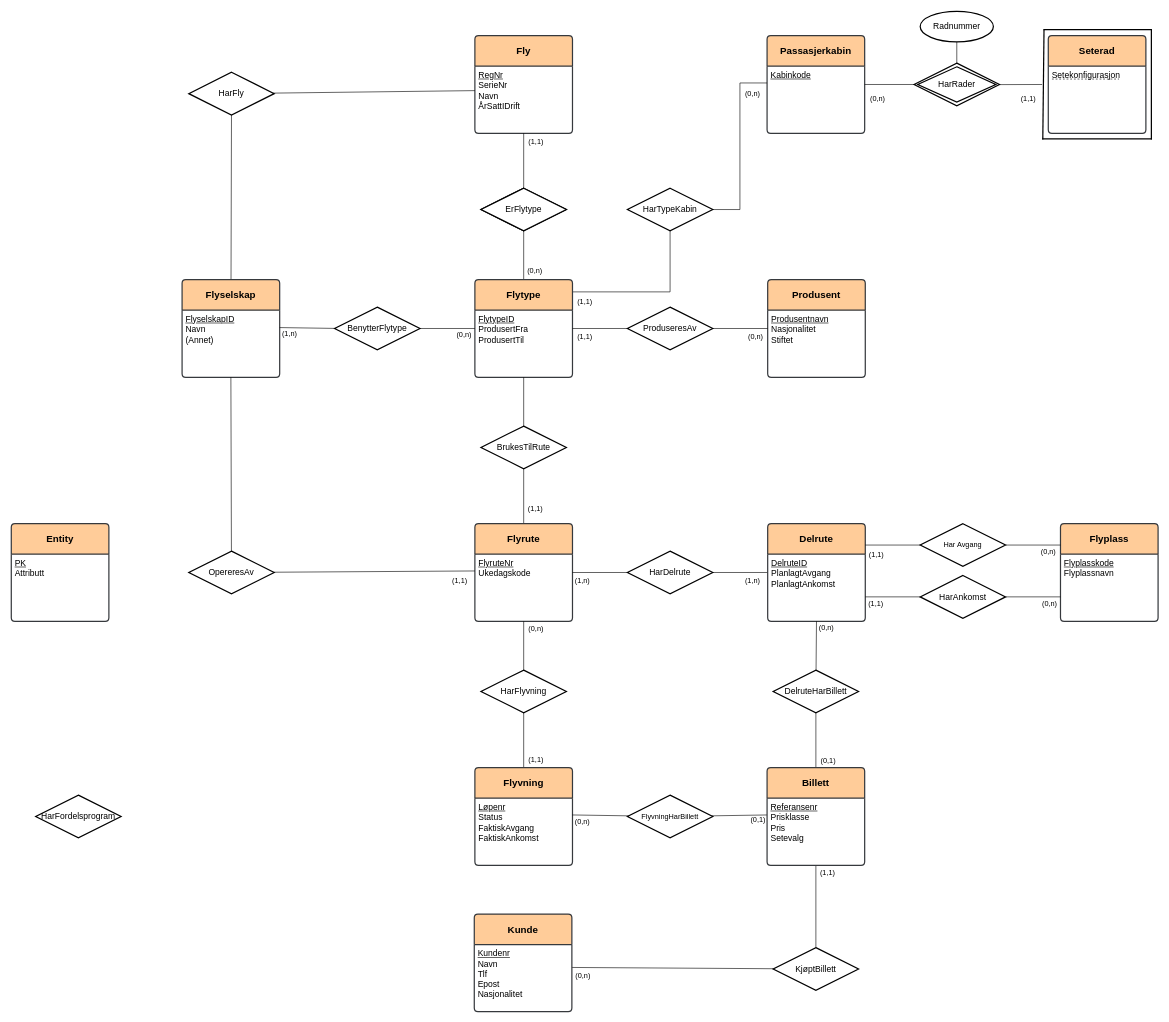
Above: ER-modell_2.drawio in EinarJohannes/TDT4145_project (draw.io), before the change. Source tidied: cells renumbered, new cells numbered last; positions are measured from the earlier drawing's top-left corner, leaving out a move shared by most shapes. Both pictures are drawn from the tidied source at 61%, with x=0, y=0 at pixel (11, 11).
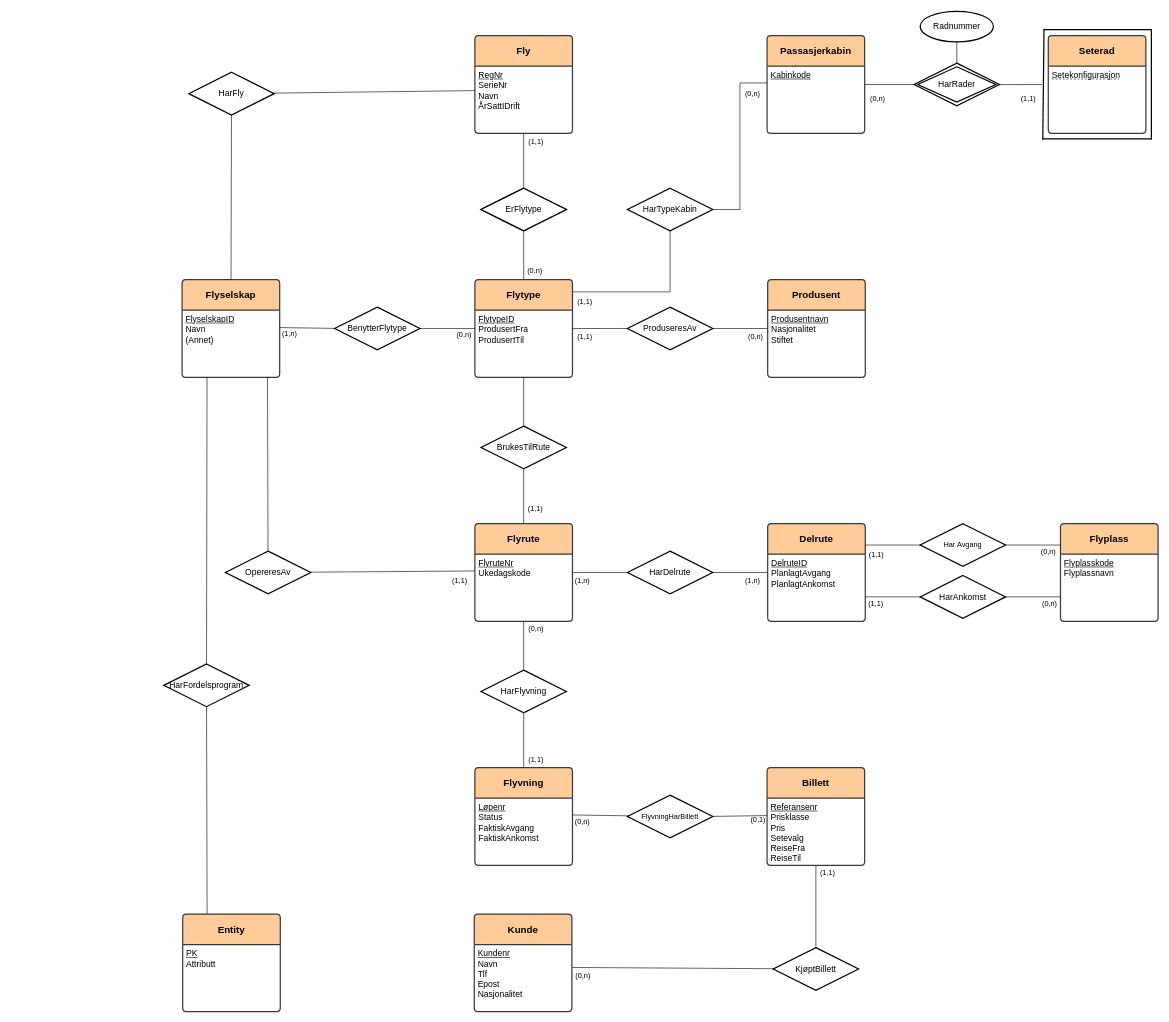
Above is the later version.

Unchanged cells that the change refers to:
```xml
<mxCell id="5" value="&lt;div style=&quot;&quot;&gt;&lt;span style=&quot;font-size: 14px;&quot;&gt;&lt;u&gt;FlyselskapID&lt;/u&gt;&lt;/span&gt;&lt;/div&gt;&lt;div style=&quot;&quot;&gt;&lt;span style=&quot;font-size: 14px;&quot;&gt;Navn&lt;/span&gt;&lt;/div&gt;&lt;div style=&quot;&quot;&gt;&lt;span style=&quot;font-size: 14px;&quot;&gt;(Annet)&lt;/span&gt;&lt;/div&gt;" style="align=left;strokeColor=none;fillColor=none;spacingLeft=4;fontSize=12;verticalAlign=top;html=1;" parent="4" vertex="1">
  <mxGeometry y="50" width="160" height="110" as="geometry" />
</mxCell>
<mxCell id="100" value="FlyvningHarBillett" style="shape=rhombus;perimeter=rhombusPerimeter;whiteSpace=wrap;html=1;align=center;strokeWidth=2;" parent="1" vertex="1">
  <mxGeometry x="1010" y="1285" width="140" height="70" as="geometry" />
</mxCell>
<mxCell id="101" value="&lt;font style=&quot;font-size: 16px;&quot;&gt;&lt;b style=&quot;&quot;&gt;Billett&lt;/b&gt;&lt;/font&gt;" style="swimlane;horizontal=1;startSize=50;rounded=1;fontSize=14;fontStyle=0;strokeWidth=2;shadow=0;dashed=0;align=center;arcSize=4;whiteSpace=wrap;html=1;fillColor=#ffcc99;strokeColor=#36393d;" parent="1" vertex="1">
  <mxGeometry x="1239" y="1240" width="160" height="160" as="geometry" />
</mxCell>
```

Diff of the diagram source:
```diff
@@
-    <mxCell id="41" style="edgeStyle=none;html=1;entryX=0.5;entryY=1;entryDx=0;entryDy=0;endArrow=none;endFill=0;" parent="1" edge="1" source="43" target="5">
-      <mxGeometry relative="1" as="geometry" />
+    <mxCell id="41" style="edgeStyle=none;html=1;entryX=0.5;entryY=1;entryDx=0;entryDy=0;endArrow=none;endFill=0;" parent="1" edge="1" source="43">
+      <mxGeometry relative="1" as="geometry">
+        <mxPoint x="420" y="600" as="targetPoint" />
+      </mxGeometry>
     </mxCell>
@@
     <mxCell id="43" value="&lt;font style=&quot;font-size: 14px;&quot;&gt;OpereresAv&lt;/font&gt;" style="shape=rhombus;perimeter=rhombusPerimeter;whiteSpace=wrap;html=1;align=center;strokeWidth=2;" parent="1" vertex="1">
-      <mxGeometry x="291" y="885" width="140" height="70" as="geometry" />
+      <mxGeometry x="351" y="885" width="140" height="70" as="geometry" />
     </mxCell>
@@
+    <mxCell id="109" style="edgeStyle=none;html=1;entryX=0.25;entryY=0;entryDx=0;entryDy=0;endArrow=none;endFill=0;" parent="1" edge="1" source="68" target="69">
+      <mxGeometry relative="1" as="geometry" />
+    </mxCell>
     <mxCell id="68" value="&lt;font style=&quot;font-size: 14px;&quot;&gt;HarFordelsprogram&lt;/font&gt;" style="shape=rhombus;perimeter=rhombusPerimeter;whiteSpace=wrap;html=1;align=center;strokeWidth=2;" parent="1" vertex="1">
-      <mxGeometry x="40" y="1285" width="140" height="70" as="geometry" />
+      <mxGeometry x="250" y="1070" width="140" height="70" as="geometry" />
     </mxCell>
     <mxCell id="69" value="&lt;font style=&quot;font-size: 16px;&quot;&gt;&lt;b style=&quot;&quot;&gt;Entity&lt;/b&gt;&lt;/font&gt;" style="swimlane;horizontal=1;startSize=50;rounded=1;fontSize=14;fontStyle=0;strokeWidth=2;shadow=0;dashed=0;align=center;arcSize=4;whiteSpace=wrap;html=1;fillColor=#ffcc99;strokeColor=#36393d;" parent="1" vertex="1">
-      <mxGeometry y="840" width="160" height="160" as="geometry" />
+      <mxGeometry x="281" y="1480" width="160" height="160" as="geometry" />
     </mxCell>
@@
-    <mxCell id="93" style="edgeStyle=none;html=1;entryX=0.5;entryY=0;entryDx=0;entryDy=0;endArrow=none;endFill=0;" parent="1" edge="1" source="95">
-      <mxGeometry relative="1" as="geometry">
-        <mxPoint x="1319" y="1240" as="targetPoint" />
-      </mxGeometry>
-    </mxCell>
-    <mxCell id="94" style="edgeStyle=none;html=1;endArrow=none;endFill=0;" parent="1" edge="1" source="95">
-      <mxGeometry relative="1" as="geometry">
-        <mxPoint x="1320" y="1000" as="targetPoint" />
-      </mxGeometry>
-    </mxCell>
-    <mxCell id="95" value="&lt;font style=&quot;font-size: 14px;&quot;&gt;DelruteHarBillett&lt;/font&gt;" style="shape=rhombus;perimeter=rhombusPerimeter;whiteSpace=wrap;html=1;align=center;strokeWidth=2;" parent="1" vertex="1">
-      <mxGeometry x="1249" y="1080" width="140" height="70" as="geometry" />
-    </mxCell>
@@
-    <mxCell id="98" style="edgeStyle=none;html=1;entryX=0;entryY=0.25;entryDx=0;entryDy=0;endArrow=none;endFill=0;" parent="1" edge="1" source="100">
+    <mxCell id="98" style="edgeStyle=none;html=1;entryX=0;entryY=0.25;entryDx=0;entryDy=0;endArrow=none;endFill=0;" parent="1" edge="1">
       <mxGeometry relative="1" as="geometry">
-        <mxPoint x="1239" y="1317.5" as="targetPoint" />
+        <mxPoint x="1147.9" y="1319.9" as="sourcePoint" />
+        <mxPoint x="1239" y="1318.5" as="targetPoint" />
       </mxGeometry>
     </mxCell>
@@
-    <mxCell id="102" value="&lt;div style=&quot;&quot;&gt;&lt;span style=&quot;font-size: 14px;&quot;&gt;&lt;u&gt;Referansenr&lt;/u&gt;&lt;/span&gt;&lt;/div&gt;&lt;div style=&quot;&quot;&gt;&lt;span style=&quot;font-size: 14px;&quot;&gt;Prisklasse&lt;/span&gt;&lt;/div&gt;&lt;div style=&quot;&quot;&gt;&lt;span style=&quot;font-size: 14px;&quot;&gt;Pris&lt;/span&gt;&lt;/div&gt;&lt;div style=&quot;&quot;&gt;&lt;span style=&quot;font-size: 14px;&quot;&gt;Setevalg&lt;/span&gt;&lt;/div&gt;" style="align=left;strokeColor=none;fillColor=none;spacingLeft=4;fontSize=12;verticalAlign=top;html=1;" parent="101" vertex="1">
+    <mxCell id="102" value="&lt;div style=&quot;&quot;&gt;&lt;span style=&quot;font-size: 14px;&quot;&gt;&lt;u&gt;Referansenr&lt;/u&gt;&lt;/span&gt;&lt;/div&gt;&lt;div style=&quot;&quot;&gt;&lt;span style=&quot;font-size: 14px;&quot;&gt;Prisklasse&lt;/span&gt;&lt;/div&gt;&lt;div style=&quot;&quot;&gt;&lt;span style=&quot;font-size: 14px;&quot;&gt;Pris&lt;/span&gt;&lt;/div&gt;&lt;div style=&quot;&quot;&gt;&lt;span style=&quot;font-size: 14px;&quot;&gt;Setevalg&lt;/span&gt;&lt;/div&gt;&lt;div style=&quot;&quot;&gt;&lt;span style=&quot;font-size: 14px;&quot;&gt;ReiseFra&lt;/span&gt;&lt;/div&gt;&lt;div style=&quot;&quot;&gt;&lt;span style=&quot;font-size: 14px;&quot;&gt;ReiseTil&lt;/span&gt;&lt;/div&gt;&lt;div style=&quot;&quot;&gt;&lt;span style=&quot;font-size: 14px;&quot;&gt;&lt;br&gt;&lt;/span&gt;&lt;/div&gt;" style="align=left;strokeColor=none;fillColor=none;spacingLeft=4;fontSize=12;verticalAlign=top;html=1;" parent="101" vertex="1">
       <mxGeometry y="50" width="160" height="110" as="geometry" />
     </mxCell>
     <mxCell id="103" value="(0,1)" style="text;html=1;align=center;verticalAlign=middle;strokeColor=none;fillColor=none;" parent="1" vertex="1">
-      <mxGeometry x="1199" y="1310" width="50" height="30" as="geometry" />
+      <mxGeometry x="1199" y="1311" width="50" height="30" as="geometry" />
     </mxCell>
-    <mxCell id="104" value="(0,1)" style="text;html=1;align=center;verticalAlign=middle;strokeColor=none;fillColor=none;" parent="1" vertex="1">
-      <mxGeometry x="1314" y="1214" width="50" height="30" as="geometry" />
-    </mxCell>
-    <mxCell id="105" value="(0,n)" style="text;html=1;align=center;verticalAlign=middle;strokeColor=none;fillColor=none;" parent="1" vertex="1">
-      <mxGeometry x="1311" y="996" width="50" height="30" as="geometry" />
-    </mxCell>
@@
+    <mxCell id="110" style="edgeStyle=none;html=1;endArrow=none;endFill=0;" parent="1" edge="1" target="68">
+      <mxGeometry relative="1" as="geometry">
+        <mxPoint x="320.9" y="600" as="sourcePoint" />
+      </mxGeometry>
+    </mxCell>
```
